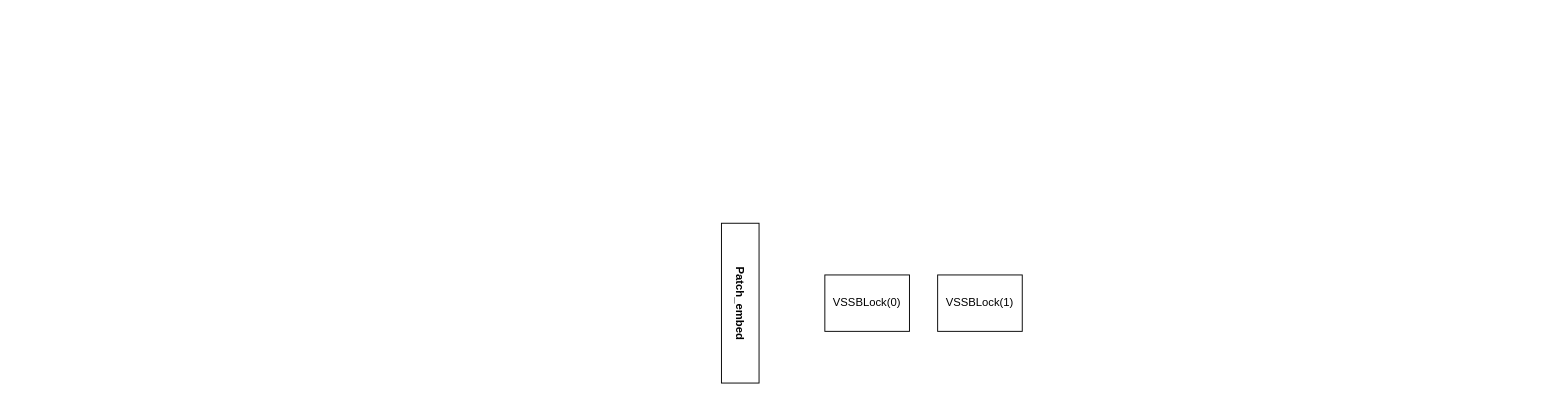
Before: 未命名绘图.drawio in bdpk123/test, a draw.io diagram. Source tidied: cells renumbered, new cells numbered last; positions are measured from the earlier drawing's top-left corner, leaving out a move shared by most shapes. Both pictures are drawn from the tidied source at 94%, with x=0, y=0 at pixel (693, 223).
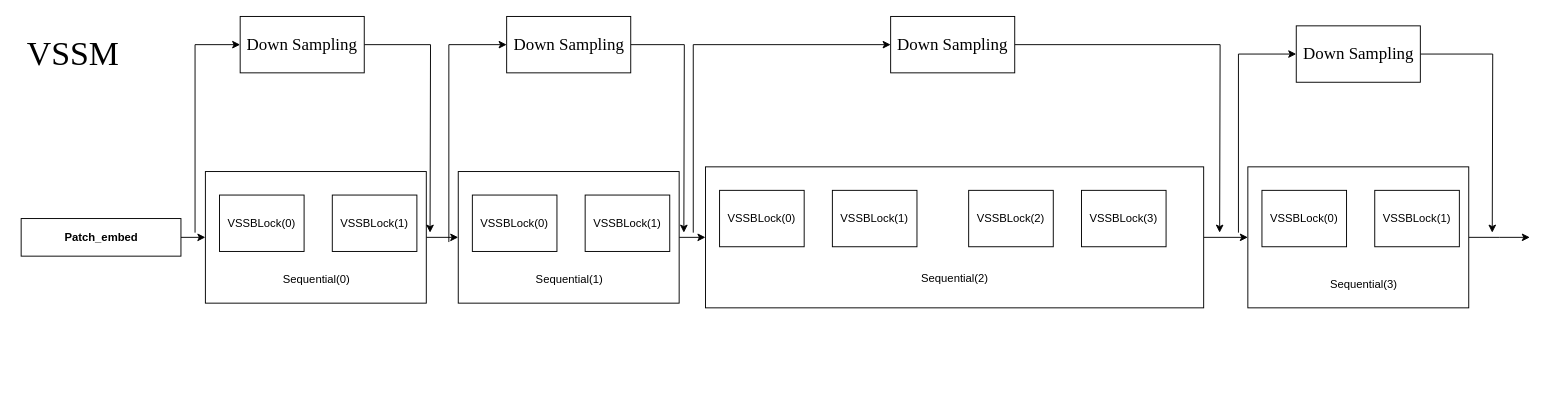
Above is the later version.

Commit message:
更新未命名绘图.drawio

Change to the diagram source:
```diff
@@
+    <mxCell id="6" style="edgeStyle=orthogonalEdgeStyle;rounded=0;jettySize=auto;html=1;exitX=1;exitY=0.5;exitDx=0;exitDy=0;entryX=0;entryY=0.5;entryDx=0;entryDy=0;" parent="1" edge="1" source="7" target="12">
+      <mxGeometry relative="1" as="geometry" />
+    </mxCell>
+    <mxCell id="7" style="rounded=0;whiteSpace=wrap;html=1;" parent="1" vertex="1">
+      <mxGeometry x="-519" y="-55" width="235" height="140" as="geometry" />
+    </mxCell>
+    <mxCell id="8" style="edgeStyle=orthogonalEdgeStyle;rounded=0;jettySize=auto;html=1;exitX=0.5;exitY=0;exitDx=0;exitDy=0;entryX=0;entryY=0.5;entryDx=0;entryDy=0;" parent="1" edge="1" source="2" target="7">
+      <mxGeometry relative="1" as="geometry" />
+    </mxCell>
-    <mxCell id="2" style="rounded=0;whiteSpace=wrap;html=1;" parent="1" vertex="1">
-      <mxGeometry x="30" width="40" height="170" as="geometry" />
+    <mxCell id="2" style="rounded=0;whiteSpace=wrap;html=1;rotation=90;" parent="1" vertex="1">
+      <mxGeometry x="-650" y="-70" width="40" height="170" as="geometry" />
     </mxCell>
-    <mxCell id="3" value="&lt;b&gt;Patch_embed&lt;/b&gt;" style="text;html=1;align=center;verticalAlign=middle;strokeColor=none;fillColor=none;rotation=90;" parent="1" vertex="1">
-      <mxGeometry y="70" width="100" height="30" as="geometry" />
+    <mxCell id="3" value="&lt;b&gt;Patch_embed&lt;/b&gt;" style="text;html=1;align=center;verticalAlign=middle;strokeColor=none;fillColor=none;rotation=0;" parent="1" vertex="1">
+      <mxGeometry x="-680" width="100" height="30" as="geometry" />
     </mxCell>
     <mxCell id="4" value="VSSBLock(0)" style="rounded=0;whiteSpace=wrap;html=1;" parent="1" vertex="1">
-      <mxGeometry x="140" y="55" width="90" height="60" as="geometry" />
+      <mxGeometry x="-504" y="-30" width="90" height="60" as="geometry" />
     </mxCell>
     <mxCell id="5" value="VSSBLock(1)" style="rounded=0;whiteSpace=wrap;html=1;" parent="1" vertex="1">
-      <mxGeometry x="260" y="55" width="90" height="60" as="geometry" />
+      <mxGeometry x="-384" y="-30" width="90" height="60" as="geometry" />
     </mxCell>
+    <mxCell id="9" value="&lt;font style=&quot;font-size: 36px;&quot; face=&quot;Times New Roman&quot;&gt;VSSM&lt;/font&gt;" style="text;html=1;align=center;verticalAlign=middle;strokeColor=none;fillColor=none;" parent="1" vertex="1">
+      <mxGeometry x="-720" y="-210" width="120" height="60" as="geometry" />
+    </mxCell>
+    <mxCell id="10" value="Sequential(0)" style="text;html=1;align=center;verticalAlign=middle;strokeColor=none;fillColor=none;" parent="1" vertex="1">
+      <mxGeometry x="-446.5" y="45" width="90" height="30" as="geometry" />
+    </mxCell>
+    <mxCell id="11" style="edgeStyle=orthogonalEdgeStyle;rounded=0;jettySize=auto;html=1;exitX=1;exitY=0.5;exitDx=0;exitDy=0;entryX=0;entryY=0.5;entryDx=0;entryDy=0;" parent="1" edge="1" source="12" target="17">
+      <mxGeometry relative="1" as="geometry" />
+    </mxCell>
+    <mxCell id="12" style="rounded=0;whiteSpace=wrap;html=1;" parent="1" vertex="1">
+      <mxGeometry x="-250" y="-55" width="235" height="140" as="geometry" />
+    </mxCell>
+    <mxCell id="13" value="VSSBLock(0)" style="rounded=0;whiteSpace=wrap;html=1;" parent="1" vertex="1">
+      <mxGeometry x="-235" y="-30" width="90" height="60" as="geometry" />
+    </mxCell>
+    <mxCell id="14" value="VSSBLock(1)" style="rounded=0;whiteSpace=wrap;html=1;" parent="1" vertex="1">
+      <mxGeometry x="-115" y="-30" width="90" height="60" as="geometry" />
+    </mxCell>
+    <mxCell id="15" value="Sequential(1)" style="text;html=1;align=center;verticalAlign=middle;strokeColor=none;fillColor=none;" parent="1" vertex="1">
+      <mxGeometry x="-177.5" y="45" width="90" height="30" as="geometry" />
+    </mxCell>
+    <mxCell id="16" style="edgeStyle=orthogonalEdgeStyle;rounded=0;jettySize=auto;html=1;exitX=1;exitY=0.5;exitDx=0;exitDy=0;entryX=0;entryY=0.5;entryDx=0;entryDy=0;" parent="1" edge="1" source="17" target="24">
+      <mxGeometry relative="1" as="geometry" />
+    </mxCell>
+    <mxCell id="17" style="rounded=0;whiteSpace=wrap;html=1;" parent="1" vertex="1">
+      <mxGeometry x="13" y="-60" width="530" height="150" as="geometry" />
+    </mxCell>
+    <mxCell id="18" value="VSSBLock(0)" style="rounded=0;whiteSpace=wrap;html=1;" parent="1" vertex="1">
+      <mxGeometry x="28" y="-35" width="90" height="60" as="geometry" />
+    </mxCell>
+    <mxCell id="19" value="VSSBLock(1)" style="rounded=0;whiteSpace=wrap;html=1;" parent="1" vertex="1">
+      <mxGeometry x="148" y="-35" width="90" height="60" as="geometry" />
+    </mxCell>
+    <mxCell id="20" value="Sequential(2)" style="text;html=1;align=center;verticalAlign=middle;strokeColor=none;fillColor=none;" parent="1" vertex="1">
+      <mxGeometry x="233" y="44" width="90" height="30" as="geometry" />
+    </mxCell>
+    <mxCell id="21" value="VSSBLock(2)" style="rounded=0;whiteSpace=wrap;html=1;" parent="1" vertex="1">
+      <mxGeometry x="293" y="-35" width="90" height="60" as="geometry" />
+    </mxCell>
+    <mxCell id="22" value="VSSBLock(3)" style="rounded=0;whiteSpace=wrap;html=1;" parent="1" vertex="1">
+      <mxGeometry x="413" y="-35" width="90" height="60" as="geometry" />
+    </mxCell>
+    <mxCell id="23" style="edgeStyle=orthogonalEdgeStyle;rounded=0;jettySize=auto;html=1;exitX=1;exitY=0.5;exitDx=0;exitDy=0;" parent="1" edge="1" source="24">
+      <mxGeometry relative="1" as="geometry">
+        <mxPoint x="890" y="15" as="targetPoint" />
+      </mxGeometry>
+    </mxCell>
+    <mxCell id="24" style="rounded=0;whiteSpace=wrap;html=1;" parent="1" vertex="1">
+      <mxGeometry x="590" y="-60" width="235" height="150" as="geometry" />
+    </mxCell>
+    <mxCell id="25" value="VSSBLock(0)" style="rounded=0;whiteSpace=wrap;html=1;" parent="1" vertex="1">
+      <mxGeometry x="605" y="-35" width="90" height="60" as="geometry" />
+    </mxCell>
+    <mxCell id="26" value="VSSBLock(1)" style="rounded=0;whiteSpace=wrap;html=1;" parent="1" vertex="1">
+      <mxGeometry x="725" y="-35" width="90" height="60" as="geometry" />
+    </mxCell>
+    <mxCell id="27" value="Sequential(3)" style="text;html=1;align=center;verticalAlign=middle;strokeColor=none;fillColor=none;" parent="1" vertex="1">
+      <mxGeometry x="667.5" y="50" width="90" height="30" as="geometry" />
+    </mxCell>
+    <mxCell id="28" style="edgeStyle=orthogonalEdgeStyle;rounded=0;jettySize=auto;html=1;exitX=1;exitY=0.5;exitDx=0;exitDy=0;" parent="1" edge="1" source="29">
+      <mxGeometry relative="1" as="geometry">
+        <mxPoint x="-280" y="10" as="targetPoint" />
+      </mxGeometry>
+    </mxCell>
+    <mxCell id="29" value="&lt;font style=&quot;font-size: 18px;&quot; face=&quot;Times New Roman&quot;&gt;Down Sampling&lt;/font&gt;" style="rounded=0;whiteSpace=wrap;html=1;" parent="1" vertex="1">
+      <mxGeometry x="-482" y="-220" width="132" height="60" as="geometry" />
+    </mxCell>
+    <mxCell id="30" style="edgeStyle=orthogonalEdgeStyle;rounded=0;jettySize=auto;html=1;exitX=1;exitY=0.5;exitDx=0;exitDy=0;" parent="1" edge="1" source="31">
+      <mxGeometry relative="1" as="geometry">
+        <mxPoint x="-10" y="10" as="targetPoint" />
+      </mxGeometry>
+    </mxCell>
+    <mxCell id="31" value="&lt;font style=&quot;font-size: 18px;&quot; face=&quot;Times New Roman&quot;&gt;Down Sampling&lt;/font&gt;" style="rounded=0;whiteSpace=wrap;html=1;" parent="1" vertex="1">
+      <mxGeometry x="-198.5" y="-220" width="132" height="60" as="geometry" />
+    </mxCell>
+    <mxCell id="32" style="edgeStyle=orthogonalEdgeStyle;rounded=0;jettySize=auto;html=1;exitX=1;exitY=0.5;exitDx=0;exitDy=0;" parent="1" edge="1" source="33">
+      <mxGeometry relative="1" as="geometry">
+        <mxPoint x="560" y="10" as="targetPoint" />
+      </mxGeometry>
+    </mxCell>
+    <mxCell id="33" value="&lt;font style=&quot;font-size: 18px;&quot; face=&quot;Times New Roman&quot;&gt;Down Sampling&lt;/font&gt;" style="rounded=0;whiteSpace=wrap;html=1;" parent="1" vertex="1">
+      <mxGeometry x="210" y="-220" width="132" height="60" as="geometry" />
+    </mxCell>
+    <mxCell id="34" style="endArrow=classic;html=1;rounded=0;entryX=0;entryY=0.5;entryDx=0;entryDy=0;" parent="1" edge="1" target="29">
+      <mxGeometry relative="1" as="geometry">
+        <mxPoint x="-530" y="10" as="sourcePoint" />
+        <Array as="points">
+          <mxPoint x="-530" y="-190" />
+        </Array>
+      </mxGeometry>
+    </mxCell>
+    <mxCell id="35" style="endArrow=classic;html=1;rounded=0;entryX=0;entryY=0.5;entryDx=0;entryDy=0;" parent="1" edge="1" target="31">
+      <mxGeometry relative="1" as="geometry">
+        <mxPoint x="-260" y="20" as="sourcePoint" />
+        <Array as="points">
+          <mxPoint x="-260" y="-190" />
+        </Array>
+      </mxGeometry>
+    </mxCell>
+    <mxCell id="36" style="endArrow=classic;html=1;rounded=0;entryX=0;entryY=0.5;entryDx=0;entryDy=0;" parent="1" edge="1" target="33">
+      <mxGeometry relative="1" as="geometry">
+        <mxPoint y="10" as="sourcePoint" />
+        <Array as="points">
+          <mxPoint y="-190" />
+        </Array>
+      </mxGeometry>
+    </mxCell>
+    <mxCell id="37" style="edgeStyle=orthogonalEdgeStyle;rounded=0;jettySize=auto;html=1;exitX=1;exitY=0.5;exitDx=0;exitDy=0;" parent="1" edge="1" source="38">
+      <mxGeometry relative="1" as="geometry">
+        <mxPoint x="850" y="10" as="targetPoint" />
+      </mxGeometry>
+    </mxCell>
+    <mxCell id="38" value="&lt;font style=&quot;font-size: 18px;&quot; face=&quot;Times New Roman&quot;&gt;Down Sampling&lt;/font&gt;" style="rounded=0;whiteSpace=wrap;html=1;" parent="1" vertex="1">
+      <mxGeometry x="641.5" y="-210" width="132" height="60" as="geometry" />
+    </mxCell>
+    <mxCell id="39" style="endArrow=classic;html=1;rounded=0;entryX=0;entryY=0.5;entryDx=0;entryDy=0;" parent="1" edge="1" target="38">
+      <mxGeometry relative="1" as="geometry">
+        <mxPoint x="580" y="10" as="sourcePoint" />
+        <Array as="points">
+          <mxPoint x="580" y="-180" />
+        </Array>
+      </mxGeometry>
+    </mxCell>
```
